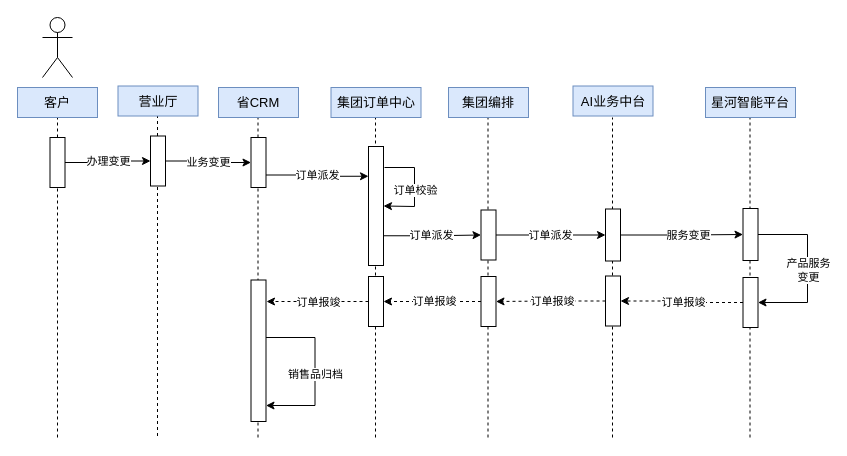
Earlier version of the draw.io diagram 星河业务规范开通.drawio (JQLIANG77/drowio). Source tidied: cells renumbered, new cells numbered last; positions are measured from the earlier drawing's top-left corner, leaving out a move shared by most shapes. Both pictures are drawn from the tidied source at 100%, with x=0, y=0 at pixel (17, 17).
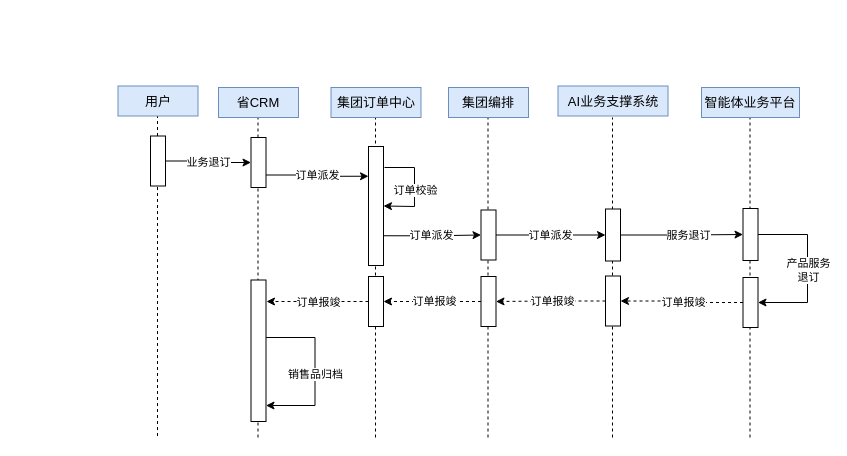
The same page after the edit.

Commit message:
更新智能体退订.drawio

The change refers to these unchanged cells:
```xml
<mxCell id="20" style="edgeStyle=orthogonalEdgeStyle;rounded=0;jettySize=auto;html=1;exitX=1;exitY=0.5;exitDx=0;exitDy=0;entryX=0;entryY=0.5;entryDx=0;entryDy=0;" parent="1" edge="1" source="22" target="25">
  <mxGeometry relative="1" as="geometry" />
</mxCell>
<mxCell id="22" style="rounded=0;whiteSpace=wrap;html=1;" parent="1" vertex="1">
  <mxGeometry x="133" y="118.5" width="15" height="50" as="geometry" />
</mxCell>
<mxCell id="32" style="edgeStyle=orthogonalEdgeStyle;rounded=0;jettySize=auto;html=1;" parent="1" edge="1" source="34" target="35">
  <mxGeometry relative="1" as="geometry" />
</mxCell>
<mxCell id="50" style="endArrow=classic;html=1;rounded=0;exitX=1;exitY=0.5;exitDx=0;exitDy=0;entryX=1;entryY=0.5;entryDx=0;entryDy=0;" parent="1" edge="1" source="35" target="40">
  <mxGeometry relative="1" as="geometry">
    <Array as="points">
      <mxPoint x="790" y="217" />
      <mxPoint x="790" y="285" />
    </Array>
  </mxGeometry>
</mxCell>
```

Change to the diagram source:
```diff
@@
-    <mxCell id="8" style="endArrow=none;dashed=1;html=1;rounded=0;entryX=0.5;entryY=1;entryDx=0;entryDy=0;" parent="1" edge="1" target="10">
-      <mxGeometry relative="1" as="geometry">
-        <mxPoint x="40" y="420" as="sourcePoint" />
-      </mxGeometry>
-    </mxCell>
-    <mxCell id="9" style="shape=umlActor;verticalLabelPosition=bottom;verticalAlign=top;html=1;" parent="1" vertex="1">
-      <mxGeometry x="25" width="30" height="60" as="geometry" />
-    </mxCell>
-    <mxCell id="10" value="&lt;font style=&quot;font-size: 13px;&quot;&gt;客户&lt;/font&gt;" style="rounded=0;whiteSpace=wrap;html=1;fillColor=#dae8fc;strokeColor=#6c8ebf;" parent="1" vertex="1">
-      <mxGeometry y="70" width="80" height="30" as="geometry" />
-    </mxCell>
-    <mxCell id="11" value="&lt;font style=&quot;font-size: 13px;&quot;&gt;营业厅&lt;/font&gt;" style="rounded=0;whiteSpace=wrap;html=1;fillColor=#dae8fc;strokeColor=#6c8ebf;" parent="1" vertex="1">
+    <mxCell id="11" value="&lt;font style=&quot;font-size: 13px;&quot;&gt;用户&lt;/font&gt;" style="rounded=0;whiteSpace=wrap;html=1;fillColor=#dae8fc;strokeColor=#6c8ebf;" parent="1" vertex="1">
       <mxGeometry x="100.5" y="68.5" width="80" height="30" as="geometry" />
     </mxCell>
@@
-    <mxCell id="14" value="&lt;span style=&quot;font-size: 13px;&quot;&gt;AI业务中台&lt;/span&gt;" style="rounded=0;whiteSpace=wrap;html=1;fillColor=#dae8fc;strokeColor=#6c8ebf;" parent="1" vertex="1">
-      <mxGeometry x="555.5" y="68.5" width="80" height="30" as="geometry" />
+    <mxCell id="14" value="&lt;span style=&quot;font-size: 13px;&quot;&gt;AI业务支撑系统&lt;/span&gt;" style="rounded=0;whiteSpace=wrap;html=1;fillColor=#dae8fc;strokeColor=#6c8ebf;" parent="1" vertex="1">
+      <mxGeometry x="540.5" y="68.5" width="110" height="30" as="geometry" />
     </mxCell>
@@
-    <mxCell id="16" value="&lt;span style=&quot;font-size: 13px;&quot;&gt;星河智能平台&lt;/span&gt;" style="rounded=0;whiteSpace=wrap;html=1;fillColor=#dae8fc;strokeColor=#6c8ebf;" parent="1" vertex="1">
-      <mxGeometry x="688" y="70" width="90" height="30" as="geometry" />
+    <mxCell id="16" value="&lt;span style=&quot;font-size: 13px;&quot;&gt;智能体业务平台&lt;/span&gt;" style="rounded=0;whiteSpace=wrap;html=1;fillColor=#dae8fc;strokeColor=#6c8ebf;" parent="1" vertex="1">
+      <mxGeometry x="684" y="70" width="98" height="30" as="geometry" />
     </mxCell>
-    <mxCell id="17" style="edgeStyle=orthogonalEdgeStyle;rounded=0;jettySize=auto;html=1;exitX=1;exitY=0.5;exitDx=0;exitDy=0;entryX=0;entryY=0.5;entryDx=0;entryDy=0;" parent="1" edge="1" source="19" target="22">
-      <mxGeometry relative="1" as="geometry" />
-    </mxCell>
-    <mxCell id="18" value="办理变更" style="edgeLabel;html=1;align=center;verticalAlign=middle;" parent="17" vertex="1">
-      <mxGeometry relative="1" as="geometry" />
-    </mxCell>
-    <mxCell id="19" style="rounded=0;whiteSpace=wrap;html=1;" parent="1" vertex="1">
-      <mxGeometry x="32.5" y="120" width="15" height="50" as="geometry" />
-    </mxCell>
@@
-    <mxCell id="21" value="业务变更" style="edgeLabel;html=1;align=center;verticalAlign=middle;" parent="20" vertex="1">
+    <mxCell id="21" value="业务退订" style="edgeLabel;html=1;align=center;verticalAlign=middle;" parent="20" vertex="1">
       <mxGeometry y="1" relative="1" as="geometry" />
     </mxCell>
@@
-    <mxCell id="33" value="服务变更" style="edgeLabel;html=1;align=center;verticalAlign=middle;" parent="32" vertex="1">
+    <mxCell id="33" value="服务退订" style="edgeLabel;html=1;align=center;verticalAlign=middle;" parent="32" vertex="1">
       <mxGeometry x="-0.1" relative="1" as="geometry">
         <mxPoint x="12" as="offset" />
       </mxGeometry>
     </mxCell>
@@
-    <mxCell id="51" value="产品服务&lt;div&gt;变更&lt;/div&gt;" style="edgeLabel;html=1;align=center;verticalAlign=middle;" parent="50" vertex="1">
+    <mxCell id="51" value="产品服务&lt;div&gt;退订&lt;/div&gt;" style="edgeLabel;html=1;align=center;verticalAlign=middle;" parent="50" vertex="1">
       <mxGeometry x="0.02" y="1" relative="1" as="geometry">
         <mxPoint x="-1" as="offset" />
       </mxGeometry>
     </mxCell>
@@
+    <mxCell id="55" style="edgeStyle=orthogonalEdgeStyle;rounded=0;orthogonalLoop=1;jettySize=auto;html=1;exitX=0.5;exitY=1;exitDx=0;exitDy=0;" parent="1" edge="1" source="16" target="16">
+      <mxGeometry relative="1" as="geometry" />
+    </mxCell>
```
